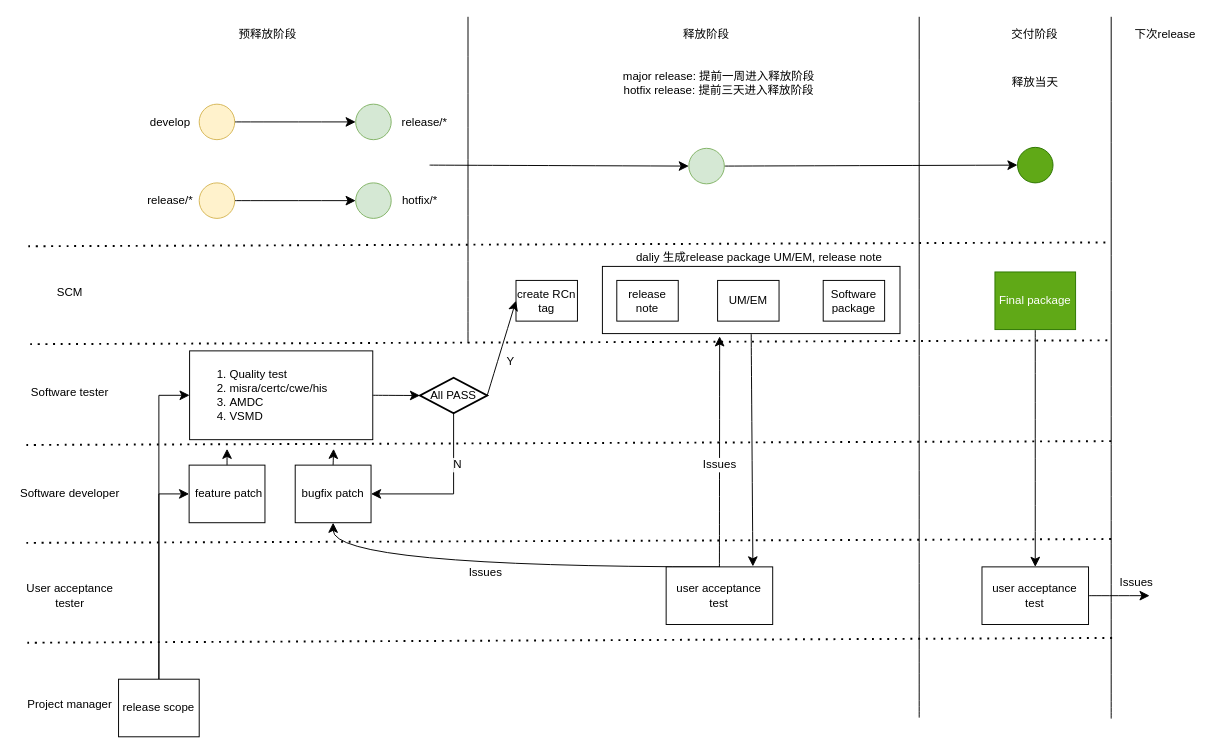
The draw.io diagram page "Page-4" (11 of 12) of Untitled Diagram.drawio in salfe/VSC-Plugin, before the edit. Source tidied: cells renumbered, new cells numbered last; positions are measured from the earlier drawing's top-left corner, leaving out a move shared by most shapes. Both pictures are drawn from the tidied source at 96%, with x=0, y=0 at pixel (16, 16).
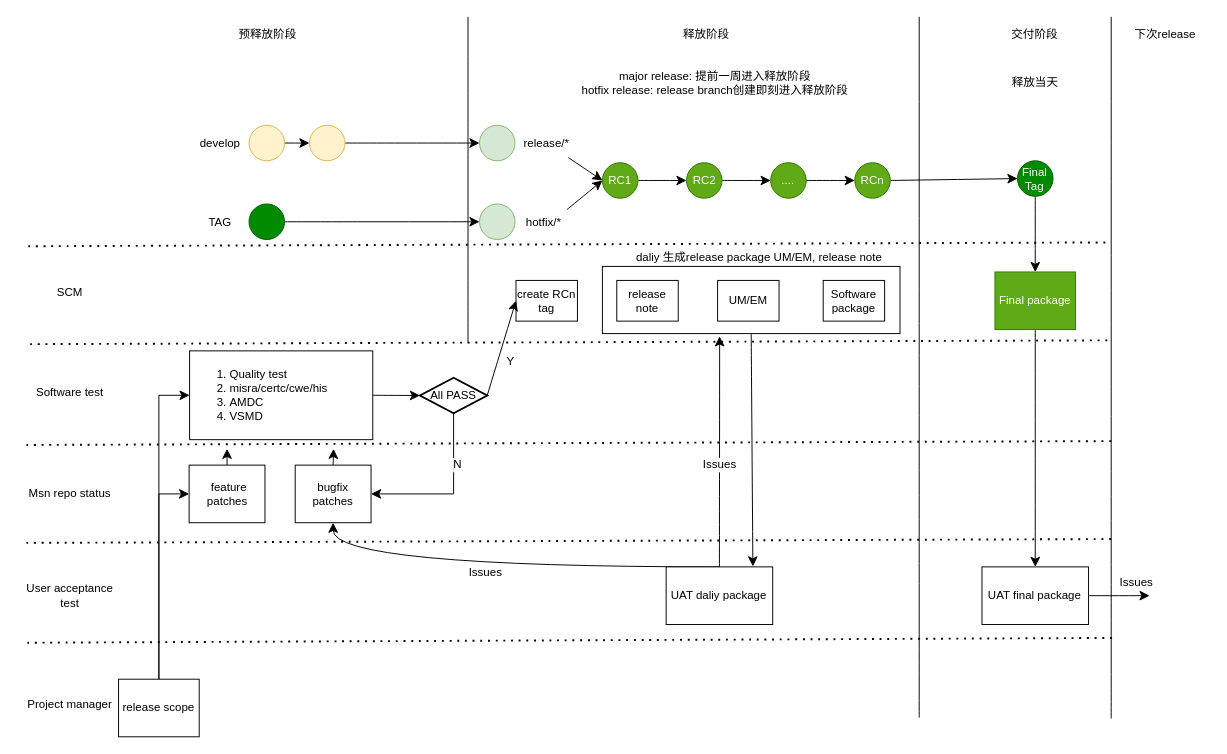
The same page after the edit.

The change refers to these unchanged cells:
```xml
<mxCell id="22" value="Final package" style="rounded=0;whiteSpace=wrap;html=1;fillColor=#60a917;strokeColor=#2D7600;fontColor=#ffffff;" parent="1" vertex="1">
  <mxGeometry x="1018.9" y="265.8" width="84" height="60" as="geometry" />
</mxCell>
```

What changed in the source:
```diff
@@
-    <mxCell id="10" value="bugfix patch" style="rounded=0;whiteSpace=wrap;html=1;" parent="1" vertex="1">
+    <mxCell id="10" value="bugfix patches" style="rounded=0;whiteSpace=wrap;html=1;" parent="1" vertex="1">
       <mxGeometry x="290" y="467" width="79" height="60" as="geometry" />
     </mxCell>
@@
-    <mxCell id="14" value="Software tester" style="text;html=1;whiteSpace=wrap;strokeColor=none;fillColor=none;align=center;verticalAlign=middle;rounded=0;" parent="1" vertex="1">
+    <mxCell id="14" value="Software test" style="text;html=1;whiteSpace=wrap;strokeColor=none;fillColor=none;align=center;verticalAlign=middle;rounded=0;" parent="1" vertex="1">
       <mxGeometry y="376" width="111" height="30" as="geometry" />
     </mxCell>
-    <mxCell id="15" value="Software developer" style="text;html=1;whiteSpace=wrap;strokeColor=none;fillColor=none;align=center;verticalAlign=middle;rounded=0;" parent="1" vertex="1">
+    <mxCell id="15" value="Msn repo status" style="text;html=1;whiteSpace=wrap;strokeColor=none;fillColor=none;align=center;verticalAlign=middle;rounded=0;" parent="1" vertex="1">
       <mxGeometry y="482" width="111" height="30" as="geometry" />
     </mxCell>
@@
-    <mxCell id="18" value="user acceptance test" style="rounded=0;whiteSpace=wrap;html=1;" parent="1" vertex="1">
+    <mxCell id="18" value="UAT daliy package" style="rounded=0;whiteSpace=wrap;html=1;" parent="1" vertex="1">
       <mxGeometry x="676.4" y="573" width="111" height="60" as="geometry" />
     </mxCell>
@@
-    <mxCell id="20" value="User acceptance tester" style="text;html=1;whiteSpace=wrap;strokeColor=none;fillColor=none;align=center;verticalAlign=middle;rounded=0;" parent="1" vertex="1">
+    <mxCell id="20" value="User acceptance test" style="text;html=1;whiteSpace=wrap;strokeColor=none;fillColor=none;align=center;verticalAlign=middle;rounded=0;" parent="1" vertex="1">
       <mxGeometry y="588" width="111" height="30" as="geometry" />
     </mxCell>
@@
-    <mxCell id="31" value="&amp;nbsp;feature patch" style="rounded=0;whiteSpace=wrap;html=1;" parent="1" vertex="1">
+    <mxCell id="31" value="&amp;nbsp;feature patches" style="rounded=0;whiteSpace=wrap;html=1;" parent="1" vertex="1">
       <mxGeometry x="179.5" y="467" width="79" height="60" as="geometry" />
     </mxCell>
@@
-    <mxCell id="45" style="edgeStyle=none;curved=1;rounded=0;curveGeometry=1;jettySize=auto;html=1;exitX=1;exitY=0.5;exitDx=0;exitDy=0;entryX=0;entryY=0.5;entryDx=0;entryDy=0;fontSize=12;defaultLabelBackgroundColor=page;startSize=8;endSize=8;jumpSize=0;" parent="1" edge="1" source="46" target="47">
-      <mxGeometry relative="1" as="geometry" />
-    </mxCell>
-    <mxCell id="46" style="ellipse;whiteSpace=wrap;html=1;shapeInside=1;fillColor=#fff2cc;strokeColor=#d6b656;" parent="1" vertex="1">
-      <mxGeometry x="190" y="91" width="37" height="37" as="geometry" />
-    </mxCell>
-    <mxCell id="47" style="ellipse;whiteSpace=wrap;html=1;shapeInside=1;fillColor=#d5e8d4;strokeColor=#82b366;" parent="1" vertex="1">
-      <mxGeometry x="353" y="91" width="37" height="37" as="geometry" />
-    </mxCell>
-    <mxCell id="48" style="ellipse;whiteSpace=wrap;html=1;shapeInside=1;fillColor=#60a917;strokeColor=#2D7600;fontColor=#ffffff;" parent="1" vertex="1">
-      <mxGeometry x="1042.4" y="136" width="37" height="37" as="geometry" />
-    </mxCell>
-    <mxCell id="49" style="edgeStyle=none;curved=1;rounded=0;curveGeometry=1;jettySize=auto;html=1;exitX=1;exitY=0.5;exitDx=0;exitDy=0;entryX=0;entryY=0.5;entryDx=0;entryDy=0;fontSize=12;defaultLabelBackgroundColor=page;labelPadding=0 4;startSize=8;endSize=8;" parent="1" edge="1" source="50" target="48">
-      <mxGeometry relative="1" as="geometry" />
-    </mxCell>
-    <mxCell id="50" style="ellipse;whiteSpace=wrap;html=1;shapeInside=1;fillColor=#d5e8d4;strokeColor=#82b366;" parent="1" vertex="1">
-      <mxGeometry x="700" y="137" width="37" height="37" as="geometry" />
-    </mxCell>
-    <mxCell id="51" value="develop" style="text;html=1;whiteSpace=wrap;strokeColor=none;fillColor=none;align=center;verticalAlign=middle;rounded=0;" parent="1" vertex="1">
-      <mxGeometry x="130" y="94.5" width="60" height="30" as="geometry" />
-    </mxCell>
-    <mxCell id="52" style="edgeStyle=none;curved=1;rounded=0;curveGeometry=1;jettySize=auto;html=1;entryX=0;entryY=0.5;entryDx=0;entryDy=0;fontSize=12;defaultLabelBackgroundColor=page;labelPadding=0 4;startSize=8;endSize=8;" parent="1" edge="1" target="50">
-      <mxGeometry relative="1" as="geometry">
-        <mxPoint x="430" y="154.5" as="sourcePoint" />
-      </mxGeometry>
-    </mxCell>
-    <mxCell id="53" value="release/*" style="text;html=1;whiteSpace=wrap;strokeColor=none;fillColor=none;align=center;verticalAlign=middle;rounded=0;" parent="1" vertex="1">
-      <mxGeometry x="395" y="94.5" width="60" height="30" as="geometry" />
-    </mxCell>
-    <mxCell id="54" style="edgeStyle=none;curved=1;rounded=0;curveGeometry=1;jettySize=auto;html=1;exitX=1;exitY=0.5;exitDx=0;exitDy=0;entryX=0;entryY=0.5;entryDx=0;entryDy=0;fontSize=12;defaultLabelBackgroundColor=page;startSize=8;endSize=8;jumpSize=0;" parent="1" edge="1" source="55" target="56">
-      <mxGeometry relative="1" as="geometry" />
-    </mxCell>
-    <mxCell id="55" style="ellipse;whiteSpace=wrap;html=1;shapeInside=1;fillColor=#fff2cc;strokeColor=#d6b656;" parent="1" vertex="1">
-      <mxGeometry x="190" y="173" width="37" height="37" as="geometry" />
-    </mxCell>
-    <mxCell id="56" style="ellipse;whiteSpace=wrap;html=1;shapeInside=1;fillColor=#d5e8d4;strokeColor=#82b366;" parent="1" vertex="1">
-      <mxGeometry x="353" y="173" width="37" height="37" as="geometry" />
-    </mxCell>
-    <mxCell id="57" value="release/*" style="text;html=1;whiteSpace=wrap;strokeColor=none;fillColor=none;align=center;verticalAlign=middle;rounded=0;" parent="1" vertex="1">
-      <mxGeometry x="130" y="176.5" width="60" height="30" as="geometry" />
-    </mxCell>
-    <mxCell id="58" value="hotfix/*" style="text;html=1;whiteSpace=wrap;strokeColor=none;fillColor=none;align=center;verticalAlign=middle;rounded=0;" parent="1" vertex="1">
-      <mxGeometry x="390" y="176.5" width="60" height="30" as="geometry" />
-    </mxCell>
-    <mxCell id="59" value="&lt;div&gt;major release: 提前一周进入释放阶段&lt;/div&gt;hotfix release: 提前三天进入释放阶段" style="text;html=1;whiteSpace=wrap;strokeColor=none;fillColor=none;align=center;verticalAlign=middle;rounded=0;" parent="1" vertex="1">
-      <mxGeometry x="622.8" y="54" width="217.2" height="30" as="geometry" />
+    <mxCell id="59" value="&lt;div&gt;major release: 提前一周进入释放阶段&lt;/div&gt;hotfix release: release branch创建即刻进入释放阶段" style="text;html=1;whiteSpace=wrap;strokeColor=none;fillColor=none;align=center;verticalAlign=middle;rounded=0;" parent="1" vertex="1">
+      <mxGeometry x="584" y="54" width="287.2" height="30" as="geometry" />
     </mxCell>
@@
-    <mxCell id="63" value="user acceptance test" style="rounded=0;whiteSpace=wrap;html=1;" parent="1" vertex="1">
+    <mxCell id="63" value="UAT final package" style="rounded=0;whiteSpace=wrap;html=1;" parent="1" vertex="1">
       <mxGeometry x="1005.4" y="573" width="111" height="60" as="geometry" />
     </mxCell>
@@
+    <mxCell id="66" style="edgeStyle=none;curved=1;rounded=0;curveGeometry=1;jettySize=auto;html=1;exitX=1;exitY=0.5;exitDx=0;exitDy=0;entryX=0;entryY=0.5;entryDx=0;entryDy=0;fontSize=12;defaultLabelBackgroundColor=page;labelPadding=0 4;startSize=8;endSize=8;" parent="1" edge="1" source="67" target="80">
+      <mxGeometry relative="1" as="geometry" />
+    </mxCell>
+    <mxCell id="67" style="ellipse;whiteSpace=wrap;html=1;shapeInside=1;fillColor=#fff2cc;strokeColor=#d6b656;" parent="1" vertex="1">
+      <mxGeometry x="241.9" y="113" width="37" height="37" as="geometry" />
+    </mxCell>
+    <mxCell id="68" style="ellipse;whiteSpace=wrap;html=1;shapeInside=1;fillColor=#d5e8d4;strokeColor=#82b366;" parent="1" vertex="1">
+      <mxGeometry x="482" y="113" width="37" height="37" as="geometry" />
+    </mxCell>
+    <mxCell id="69" style="edgeStyle=none;curved=1;rounded=0;curveGeometry=1;jettySize=auto;html=1;exitX=0.5;exitY=1;exitDx=0;exitDy=0;fontSize=12;defaultLabelBackgroundColor=page;labelPadding=0 4;startSize=8;endSize=8;" parent="1" edge="1" source="70" target="22">
+      <mxGeometry relative="1" as="geometry" />
+    </mxCell>
+    <mxCell id="70" value="Final&lt;div&gt;Tag&lt;/div&gt;" style="ellipse;whiteSpace=wrap;html=1;shapeInside=1;fillColor=#008a00;strokeColor=#005700;fontColor=#ffffff;" parent="1" vertex="1">
+      <mxGeometry x="1042.4" y="150" width="37" height="37" as="geometry" />
+    </mxCell>
+    <mxCell id="71" style="edgeStyle=none;curved=1;rounded=0;curveGeometry=1;jettySize=auto;html=1;exitX=1;exitY=0.5;exitDx=0;exitDy=0;fontSize=12;defaultLabelBackgroundColor=page;labelPadding=0 4;startSize=8;endSize=8;" parent="1" edge="1" source="72" target="86">
+      <mxGeometry relative="1" as="geometry" />
+    </mxCell>
+    <mxCell id="72" value="RC2" style="ellipse;whiteSpace=wrap;html=1;shapeInside=1;fillColor=#60a917;strokeColor=#2D7600;fontColor=#ffffff;" parent="1" vertex="1">
+      <mxGeometry x="697.6" y="152" width="37" height="37" as="geometry" />
+    </mxCell>
+    <mxCell id="51" value="develop" style="text;html=1;whiteSpace=wrap;strokeColor=none;fillColor=none;align=center;verticalAlign=middle;rounded=0;" parent="1" vertex="1">
+      <mxGeometry x="181.9" y="116.5" width="60" height="30" as="geometry" />
+    </mxCell>
+    <mxCell id="73" value="release/*" style="text;html=1;whiteSpace=wrap;strokeColor=none;fillColor=none;align=center;verticalAlign=middle;rounded=0;" parent="1" vertex="1">
+      <mxGeometry x="520" y="116.5" width="64" height="30" as="geometry" />
+    </mxCell>
+    <mxCell id="74" style="edgeStyle=none;curved=1;rounded=0;curveGeometry=1;jettySize=auto;html=1;exitX=1;exitY=0.5;exitDx=0;exitDy=0;fontSize=12;defaultLabelBackgroundColor=page;labelPadding=0 4;startSize=8;endSize=8;" parent="1" edge="1" source="75" target="76">
+      <mxGeometry relative="1" as="geometry" />
+    </mxCell>
+    <mxCell id="75" style="ellipse;whiteSpace=wrap;html=1;shapeInside=1;fillColor=#008a00;strokeColor=#005700;fontColor=#ffffff;" parent="1" vertex="1">
+      <mxGeometry x="241.9" y="195" width="37" height="37" as="geometry" />
+    </mxCell>
+    <mxCell id="76" style="ellipse;whiteSpace=wrap;html=1;shapeInside=1;fillColor=#d5e8d4;strokeColor=#82b366;" parent="1" vertex="1">
+      <mxGeometry x="482" y="195" width="37" height="37" as="geometry" />
+    </mxCell>
+    <mxCell id="77" value="TAG" style="text;html=1;whiteSpace=wrap;strokeColor=none;fillColor=none;align=center;verticalAlign=middle;rounded=0;" parent="1" vertex="1">
+      <mxGeometry x="181.9" y="198.5" width="60" height="30" as="geometry" />
+    </mxCell>
+    <mxCell id="78" style="edgeStyle=none;curved=1;rounded=0;curveGeometry=1;jettySize=auto;html=1;exitX=0.9;exitY=0.081;exitDx=0;exitDy=0;entryX=0;entryY=0.5;entryDx=0;entryDy=0;fontSize=12;defaultLabelBackgroundColor=page;labelPadding=0 4;startSize=8;endSize=8;exitPerimeter=0;" parent="1" edge="1" source="58" target="82">
+      <mxGeometry relative="1" as="geometry" />
+    </mxCell>
+    <mxCell id="58" value="hotfix/*" style="text;html=1;whiteSpace=wrap;strokeColor=none;fillColor=none;align=center;verticalAlign=middle;rounded=0;" parent="1" vertex="1">
+      <mxGeometry x="519" y="198.5" width="60" height="30" as="geometry" />
+    </mxCell>
+    <mxCell id="79" style="edgeStyle=none;curved=1;rounded=0;curveGeometry=1;jettySize=auto;html=1;exitX=1;exitY=0.5;exitDx=0;exitDy=0;entryX=0;entryY=0.5;entryDx=0;entryDy=0;fontSize=12;defaultLabelBackgroundColor=page;labelPadding=0 4;startSize=8;endSize=8;" parent="1" edge="1" source="80" target="68">
+      <mxGeometry relative="1" as="geometry" />
+    </mxCell>
+    <mxCell id="80" style="ellipse;whiteSpace=wrap;html=1;shapeInside=1;fillColor=#fff2cc;strokeColor=#d6b656;" parent="1" vertex="1">
+      <mxGeometry x="304.9" y="113" width="37" height="37" as="geometry" />
+    </mxCell>
+    <mxCell id="81" style="edgeStyle=none;curved=1;rounded=0;curveGeometry=1;jettySize=auto;html=1;exitX=1;exitY=0.5;exitDx=0;exitDy=0;entryX=0;entryY=0.5;entryDx=0;entryDy=0;fontSize=12;defaultLabelBackgroundColor=page;labelPadding=0 4;startSize=8;endSize=8;" parent="1" edge="1" source="82" target="72">
+      <mxGeometry relative="1" as="geometry" />
+    </mxCell>
+    <mxCell id="82" value="RC1" style="ellipse;whiteSpace=wrap;html=1;shapeInside=1;fillColor=#60a917;strokeColor=#2D7600;fontColor=#ffffff;" parent="1" vertex="1">
+      <mxGeometry x="610" y="152" width="37" height="37" as="geometry" />
+    </mxCell>
+    <mxCell id="83" style="edgeStyle=none;curved=1;rounded=0;curveGeometry=1;jettySize=auto;html=1;exitX=1;exitY=0.5;exitDx=0;exitDy=0;entryX=0;entryY=0.5;entryDx=0;entryDy=0;fontSize=12;defaultLabelBackgroundColor=page;labelPadding=0 4;startSize=8;endSize=8;" parent="1" edge="1" source="84" target="70">
+      <mxGeometry relative="1" as="geometry" />
+    </mxCell>
+    <mxCell id="84" value="RCn" style="ellipse;whiteSpace=wrap;html=1;shapeInside=1;fillColor=#60a917;strokeColor=#2D7600;fontColor=#ffffff;" parent="1" vertex="1">
+      <mxGeometry x="872.9" y="152" width="37" height="37" as="geometry" />
+    </mxCell>
+    <mxCell id="85" style="edgeStyle=none;curved=1;rounded=0;curveGeometry=1;jettySize=auto;html=1;exitX=1;exitY=0.5;exitDx=0;exitDy=0;entryX=0;entryY=0.5;entryDx=0;entryDy=0;fontSize=12;defaultLabelBackgroundColor=page;labelPadding=0 4;startSize=8;endSize=8;" parent="1" edge="1" source="86" target="84">
+      <mxGeometry relative="1" as="geometry" />
+    </mxCell>
+    <mxCell id="86" value="...." style="ellipse;whiteSpace=wrap;html=1;shapeInside=1;fillColor=#60a917;strokeColor=#2D7600;fontColor=#ffffff;" parent="1" vertex="1">
+      <mxGeometry x="785.3" y="152" width="37" height="37" as="geometry" />
+    </mxCell>
+    <mxCell id="87" style="endArrow=classic;html=1;rounded=0;fontSize=12;defaultLabelBackgroundColor=page;labelPadding=0 4;startSize=8;endSize=8;curved=1;entryX=0;entryY=0.5;entryDx=0;entryDy=0;" parent="1" edge="1" source="73" target="82">
+      <mxGeometry relative="1" as="geometry" />
+    </mxCell>
```
